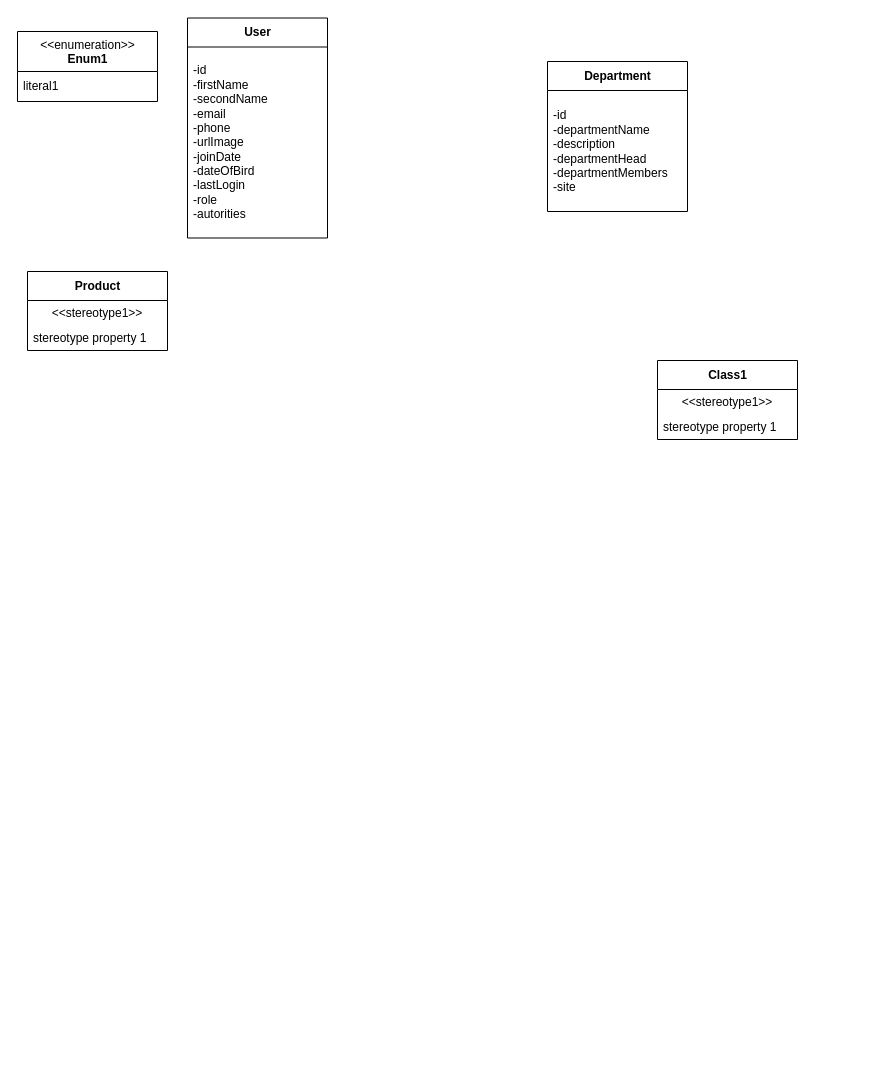
SOULREDOUANE/asset-management-app-spring-boot-security-internship keeps this draw.io diagram as src/main/resources/uml.drawio. Above is the earlier version. Source tidied: cells renumbered, new cells numbered last; positions are measured from the earlier drawing's top-left corner, leaving out a move shared by most shapes. Both pictures are drawn from the tidied source at 100%, with x=0, y=0 at pixel (17, 17).
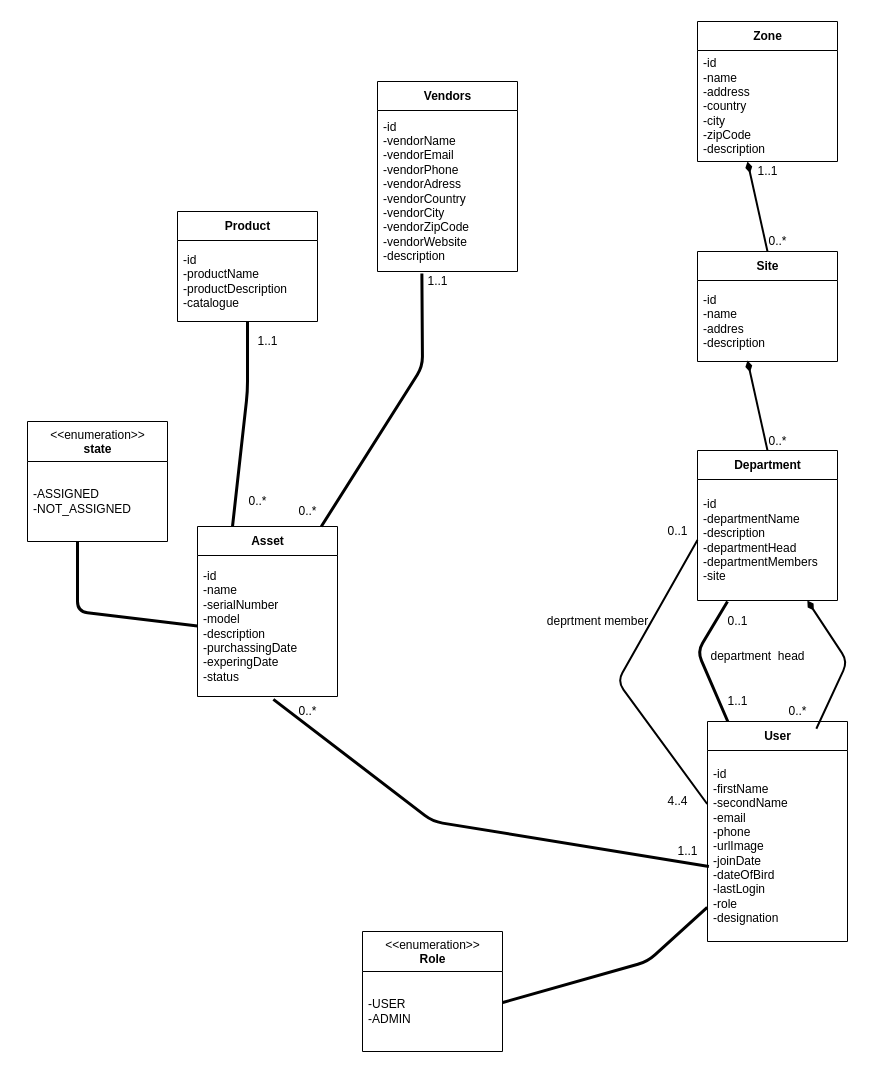
The same diagram, later.

The change refers to these unchanged cells:
```xml
<mxCell id="7" value="-id&lt;br&gt;-departmentName&lt;br&gt;-description&lt;br&gt;-departmentHead&lt;br&gt;-departmentMembers&lt;br&gt;-site" style="text;html=1;strokeColor=none;fillColor=none;align=left;verticalAlign=middle;spacingLeft=4;spacingRight=4;overflow=hidden;points=[[0,0.5],[1,0.5]];portConstraint=eastwest;" parent="6" vertex="1">
  <mxGeometry y="29" width="140" height="121" as="geometry" />
</mxCell>
```

Diff of the diagram source:
```diff
@@
-    <mxCell id="2" value="&amp;lt;&amp;lt;enumeration&amp;gt;&amp;gt;&lt;br&gt;&lt;b&gt;Enum1&lt;/b&gt;" style="swimlane;fontStyle=0;align=center;verticalAlign=top;horizontal=1;startSize=40;html=1;" parent="1" vertex="1">
-      <mxGeometry y="14" width="140" height="70" as="geometry" />
+    <mxCell id="2" value="&amp;lt;&amp;lt;enumeration&amp;gt;&amp;gt;&lt;br&gt;&lt;b&gt;state&lt;/b&gt;" style="swimlane;fontStyle=0;align=center;verticalAlign=top;horizontal=1;startSize=40;html=1;" parent="1" vertex="1">
+      <mxGeometry x="10" y="404" width="140" height="120" as="geometry" />
     </mxCell>
-    <mxCell id="3" value="literal1" style="text;html=1;strokeColor=none;fillColor=none;align=left;verticalAlign=middle;spacingLeft=4;spacingRight=4;overflow=hidden;" parent="2" vertex="1">
-      <mxGeometry y="40" width="140" height="30" as="geometry" />
+    <mxCell id="3" value="-ASSIGNED&lt;br&gt;-NOT_ASSIGNED" style="text;html=1;strokeColor=none;fillColor=none;align=left;verticalAlign=middle;spacingLeft=4;spacingRight=4;overflow=hidden;" parent="2" vertex="1">
+      <mxGeometry y="40" width="140" height="80" as="geometry" />
     </mxCell>
     <mxCell id="4" value="User" style="swimlane;fontStyle=1;align=center;verticalAlign=middle;horizontal=1;startSize=29;html=1;" parent="1" vertex="1">
-      <mxGeometry x="170" y="0.5" width="140" height="220" as="geometry" />
+      <mxGeometry x="690" y="704" width="140" height="220" as="geometry" />
     </mxCell>
-    <mxCell id="5" value="-id&lt;br&gt;-firstName&lt;br&gt;-secondName&lt;br&gt;-email&lt;br&gt;-phone&lt;br&gt;-urlImage&lt;br&gt;-joinDate&lt;br&gt;-dateOfBird&lt;br&gt;-lastLogin&lt;br&gt;-role&lt;br&gt;-autorities" style="text;html=1;strokeColor=none;fillColor=none;align=left;verticalAlign=middle;spacingLeft=4;spacingRight=4;overflow=hidden;points=[[0,0.5],[1,0.5]];portConstraint=eastwest;" parent="4" vertex="1">
+    <mxCell id="5" value="-id&lt;br&gt;-firstName&lt;br&gt;-secondName&lt;br&gt;-email&lt;br&gt;-phone&lt;br&gt;-urlImage&lt;br&gt;-joinDate&lt;br&gt;-dateOfBird&lt;br&gt;-lastLogin&lt;br&gt;-role&lt;br&gt;-designation" style="text;html=1;strokeColor=none;fillColor=none;align=left;verticalAlign=middle;spacingLeft=4;spacingRight=4;overflow=hidden;points=[[0,0.5],[1,0.5]];portConstraint=eastwest;" parent="4" vertex="1">
       <mxGeometry y="29" width="140" height="191" as="geometry" />
     </mxCell>
     <mxCell id="6" value="Department" style="swimlane;fontStyle=1;align=center;verticalAlign=middle;horizontal=1;startSize=29;html=1;" parent="1" vertex="1">
-      <mxGeometry x="530" y="44" width="140" height="150" as="geometry" />
+      <mxGeometry x="680" y="433" width="140" height="150" as="geometry" />
     </mxCell>
@@
     <mxCell id="8" value="Product" style="swimlane;fontStyle=1;align=center;verticalAlign=middle;horizontal=1;startSize=29;html=1;" parent="1" vertex="1">
-      <mxGeometry x="10" y="254" width="140" height="79" as="geometry" />
+      <mxGeometry x="160" y="194" width="140" height="110" as="geometry" />
     </mxCell>
-    <mxCell id="9" value="&amp;lt;&amp;lt;stereotype1&amp;gt;&amp;gt;" style="text;html=1;strokeColor=none;fillColor=none;align=center;verticalAlign=middle;spacingLeft=4;spacingRight=4;overflow=hidden;" parent="8" vertex="1">
-      <mxGeometry y="29" width="140" height="25" as="geometry" />
+    <mxCell id="9" value="&lt;div style=&quot;&quot;&gt;-id&lt;/div&gt;&lt;div style=&quot;&quot;&gt;-productName&lt;/div&gt;&lt;div style=&quot;&quot;&gt;-productDescription&lt;/div&gt;&lt;div style=&quot;&quot;&gt;-catalogue&lt;/div&gt;" style="text;html=1;strokeColor=none;fillColor=none;align=left;verticalAlign=middle;spacingLeft=4;spacingRight=4;overflow=hidden;" parent="8" vertex="1">
+      <mxGeometry y="29" width="140" height="81" as="geometry" />
     </mxCell>
-    <mxCell id="10" value="stereotype property 1" style="text;html=1;strokeColor=none;fillColor=none;align=left;verticalAlign=middle;spacingLeft=4;spacingRight=4;overflow=hidden;" parent="8" vertex="1">
-      <mxGeometry y="54" width="140" height="25" as="geometry" />
-    </mxCell>
-    <mxCell id="11" value="Class1" style="swimlane;fontStyle=1;align=center;verticalAlign=middle;horizontal=1;startSize=29;html=1;" parent="1" vertex="1">
-      <mxGeometry x="640" y="343" width="140" height="79" as="geometry" />
+    <mxCell id="11" value="Vendors" style="swimlane;fontStyle=1;align=center;verticalAlign=middle;horizontal=1;startSize=29;html=1;" parent="1" vertex="1">
+      <mxGeometry x="360" y="64" width="140" height="190" as="geometry" />
     </mxCell>
-    <mxCell id="12" value="&amp;lt;&amp;lt;stereotype1&amp;gt;&amp;gt;" style="text;html=1;strokeColor=none;fillColor=none;align=center;verticalAlign=middle;spacingLeft=4;spacingRight=4;overflow=hidden;points=[[0,0.5],[1,0.5]];portConstraint=eastwest;" parent="11" vertex="1">
-      <mxGeometry y="29" width="140" height="25" as="geometry" />
+    <mxCell id="12" value="-id&lt;br&gt;-vendorName&lt;br&gt;-vendorEmail&lt;br&gt;-vendorPhone&lt;br&gt;-vendorAdress&lt;br&gt;-vendorCountry&lt;br&gt;-vendorCity&lt;br&gt;-vendorZipCode&lt;br&gt;-vendorWebsite&lt;br&gt;-description" style="text;html=1;strokeColor=none;fillColor=none;align=left;verticalAlign=middle;spacingLeft=4;spacingRight=4;overflow=hidden;points=[[0,0.5],[1,0.5]];portConstraint=eastwest;" parent="11" vertex="1">
+      <mxGeometry y="29" width="140" height="161" as="geometry" />
     </mxCell>
-    <mxCell id="13" value="stereotype property 1" style="text;html=1;strokeColor=none;fillColor=none;align=left;verticalAlign=middle;spacingLeft=4;spacingRight=4;overflow=hidden;" parent="11" vertex="1">
-      <mxGeometry y="54" width="140" height="25" as="geometry" />
-    </mxCell>
+    <mxCell id="14" value="Site" style="swimlane;fontStyle=1;align=center;verticalAlign=middle;horizontal=1;startSize=29;html=1;" parent="1" vertex="1">
+      <mxGeometry x="680" y="234" width="140" height="110" as="geometry" />
+    </mxCell>
+    <mxCell id="15" value="-id&lt;br&gt;-name&lt;br&gt;-addres&lt;br&gt;-description" style="text;html=1;strokeColor=none;fillColor=none;align=left;verticalAlign=middle;spacingLeft=4;spacingRight=4;overflow=hidden;" parent="14" vertex="1">
+      <mxGeometry y="29" width="140" height="81" as="geometry" />
+    </mxCell>
+    <mxCell id="16" value="Zone" style="swimlane;fontStyle=1;align=center;verticalAlign=middle;horizontal=1;startSize=29;html=1;" parent="1" vertex="1">
+      <mxGeometry x="680" y="4" width="140" height="140" as="geometry" />
+    </mxCell>
+    <mxCell id="17" value="-id&lt;br&gt;-name&lt;br&gt;-address&lt;br&gt;-country&lt;br&gt;-city&lt;br&gt;-zipCode&lt;br&gt;-description" style="text;html=1;strokeColor=none;fillColor=none;align=left;verticalAlign=middle;spacingLeft=4;spacingRight=4;overflow=hidden;" parent="16" vertex="1">
+      <mxGeometry y="29" width="140" height="111" as="geometry" />
+    </mxCell>
+    <mxCell id="18" value="Asset" style="swimlane;fontStyle=1;align=center;verticalAlign=middle;horizontal=1;startSize=29;html=1;" parent="1" vertex="1">
+      <mxGeometry x="180" y="509" width="140" height="170" as="geometry" />
+    </mxCell>
+    <mxCell id="19" value="-id&lt;br&gt;-name&lt;br&gt;-serialNumber&lt;br&gt;-model&lt;br&gt;-description&lt;br&gt;-purchassingDate&lt;br&gt;-experingDate&lt;br&gt;-status" style="text;html=1;strokeColor=none;fillColor=none;align=left;verticalAlign=middle;spacingLeft=4;spacingRight=4;overflow=hidden;points=[[0,0.5],[1,0.5]];portConstraint=eastwest;" parent="18" vertex="1">
+      <mxGeometry y="29" width="140" height="141" as="geometry" />
+    </mxCell>
+    <mxCell id="20" style="endArrow=none;startArrow=diamondThin;endFill=0;startFill=1;html=1;verticalAlign=bottom;labelBackgroundColor=none;strokeWidth=2;entryX=0.5;entryY=0;entryDx=0;entryDy=0;" parent="1" edge="1" target="14">
+      <mxGeometry relative="1" as="geometry">
+        <mxPoint x="730" y="144" as="sourcePoint" />
+      </mxGeometry>
+    </mxCell>
+    <mxCell id="21" style="endArrow=none;startArrow=none;endFill=0;startFill=0;endSize=8;html=1;verticalAlign=bottom;labelBackgroundColor=none;strokeWidth=3;entryX=0;entryY=0.5;entryDx=0;entryDy=0;" parent="1" edge="1" target="19">
+      <mxGeometry relative="1" as="geometry">
+        <mxPoint x="60" y="524" as="sourcePoint" />
+        <Array as="points">
+          <mxPoint x="60" y="594" />
+        </Array>
+      </mxGeometry>
+    </mxCell>
+    <mxCell id="22" style="endArrow=none;startArrow=diamondThin;endFill=0;startFill=1;html=1;verticalAlign=bottom;labelBackgroundColor=none;strokeWidth=2;entryX=0.5;entryY=0;entryDx=0;entryDy=0;" parent="1" edge="1">
+      <mxGeometry relative="1" as="geometry">
+        <mxPoint x="730" y="343" as="sourcePoint" />
+        <mxPoint x="750" y="433" as="targetPoint" />
+      </mxGeometry>
+    </mxCell>
+    <mxCell id="23" style="endArrow=none;startArrow=diamondThin;endFill=0;startFill=1;html=1;verticalAlign=bottom;labelBackgroundColor=none;strokeWidth=2;entryX=0.971;entryY=1.075;entryDx=0;entryDy=0;entryPerimeter=0;" parent="1" edge="1" source="7" target="33">
+      <mxGeometry relative="1" as="geometry">
+        <Array as="points">
+          <mxPoint x="830" y="644" />
+        </Array>
+      </mxGeometry>
+    </mxCell>
+    <mxCell id="24" style="endArrow=none;startArrow=none;endFill=0;startFill=0;endSize=8;html=1;verticalAlign=bottom;labelBackgroundColor=none;strokeWidth=3;entryX=0.25;entryY=0;entryDx=0;entryDy=0;" parent="1" edge="1" target="18">
+      <mxGeometry relative="1" as="geometry">
+        <mxPoint x="230" y="304" as="sourcePoint" />
+        <Array as="points">
+          <mxPoint x="230" y="374" />
+        </Array>
+      </mxGeometry>
+    </mxCell>
+    <mxCell id="25" style="endArrow=none;startArrow=none;endFill=0;startFill=0;endSize=8;html=1;verticalAlign=bottom;labelBackgroundColor=none;strokeWidth=3;exitX=0.317;exitY=1.013;exitDx=0;exitDy=0;exitPerimeter=0;" parent="1" edge="1" source="12" target="18">
+      <mxGeometry relative="1" as="geometry">
+        <Array as="points">
+          <mxPoint x="405" y="349" />
+        </Array>
+      </mxGeometry>
+    </mxCell>
+    <mxCell id="26" style="endArrow=none;startArrow=none;endFill=0;startFill=0;endSize=8;html=1;verticalAlign=bottom;labelBackgroundColor=none;strokeWidth=3;entryX=0.542;entryY=1.02;entryDx=0;entryDy=0;entryPerimeter=0;exitX=0.01;exitY=0.607;exitDx=0;exitDy=0;exitPerimeter=0;" parent="1" edge="1" source="5" target="19">
+      <mxGeometry relative="1" as="geometry">
+        <Array as="points">
+          <mxPoint x="415.2" y="804" />
+        </Array>
+      </mxGeometry>
+    </mxCell>
+    <mxCell id="27" value="&amp;lt;&amp;lt;enumeration&amp;gt;&amp;gt;&lt;br&gt;&lt;b&gt;Role&lt;/b&gt;" style="swimlane;fontStyle=0;align=center;verticalAlign=top;horizontal=1;startSize=40;html=1;" parent="1" vertex="1">
+      <mxGeometry x="345" y="914" width="140" height="120" as="geometry" />
+    </mxCell>
+    <mxCell id="28" value="-USER&lt;br&gt;-ADMIN" style="text;html=1;strokeColor=none;fillColor=none;align=left;verticalAlign=middle;spacingLeft=4;spacingRight=4;overflow=hidden;points=[[0,0.5],[1,0.5]];portConstraint=eastwest;" parent="27" vertex="1">
+      <mxGeometry y="40" width="140" height="80" as="geometry" />
+    </mxCell>
+    <mxCell id="29" style="endArrow=none;startArrow=none;endFill=0;startFill=0;endSize=8;html=1;verticalAlign=bottom;labelBackgroundColor=none;strokeWidth=3;entryX=1.002;entryY=0.388;entryDx=0;entryDy=0;entryPerimeter=0;exitX=-0.002;exitY=0.821;exitDx=0;exitDy=0;exitPerimeter=0;" parent="1" edge="1" source="5" target="28">
+      <mxGeometry relative="1" as="geometry">
+        <Array as="points">
+          <mxPoint x="630" y="944" />
+        </Array>
+      </mxGeometry>
+    </mxCell>
+    <mxCell id="30" value="0..*" style="text;html=1;align=center;verticalAlign=middle;strokeColor=none;fillColor=none;" parent="1" vertex="1">
+      <mxGeometry x="740" y="209" width="40" height="30" as="geometry" />
+    </mxCell>
+    <mxCell id="31" value="1..1" style="text;html=1;align=center;verticalAlign=middle;strokeColor=none;fillColor=none;" parent="1" vertex="1">
+      <mxGeometry x="730" y="139" width="40" height="30" as="geometry" />
+    </mxCell>
+    <mxCell id="32" value="0..*" style="text;html=1;align=center;verticalAlign=middle;strokeColor=none;fillColor=none;" parent="1" vertex="1">
+      <mxGeometry x="740" y="409" width="40" height="30" as="geometry" />
+    </mxCell>
+    <mxCell id="33" value="0..*" style="text;html=1;align=center;verticalAlign=middle;points=[];strokeColor=none;fillColor=none;" parent="1" vertex="1">
+      <mxGeometry x="760" y="679" width="40" height="30" as="geometry" />
+    </mxCell>
+    <mxCell id="34" value="0..*" style="text;html=1;align=center;verticalAlign=middle;strokeColor=none;fillColor=none;" parent="1" vertex="1">
+      <mxGeometry x="270" y="679" width="40" height="30" as="geometry" />
+    </mxCell>
+    <mxCell id="35" value="1..1" style="text;html=1;align=center;verticalAlign=middle;strokeColor=none;fillColor=none;" parent="1" vertex="1">
+      <mxGeometry x="650" y="819" width="40" height="30" as="geometry" />
+    </mxCell>
+    <mxCell id="36" value="1..1" style="text;html=1;align=center;verticalAlign=middle;strokeColor=none;fillColor=none;" parent="1" vertex="1">
+      <mxGeometry x="230" y="309" width="40" height="30" as="geometry" />
+    </mxCell>
+    <mxCell id="37" value="0..*" style="text;html=1;align=center;verticalAlign=middle;strokeColor=none;fillColor=none;" parent="1" vertex="1">
+      <mxGeometry x="220" y="469" width="40" height="30" as="geometry" />
+    </mxCell>
+    <mxCell id="38" value="1..1" style="text;html=1;align=center;verticalAlign=middle;strokeColor=none;fillColor=none;" parent="1" vertex="1">
+      <mxGeometry x="400" y="249" width="40" height="30" as="geometry" />
+    </mxCell>
+    <mxCell id="39" value="0..*" style="text;html=1;align=center;verticalAlign=middle;strokeColor=none;fillColor=none;" parent="1" vertex="1">
+      <mxGeometry x="270" y="479" width="40" height="30" as="geometry" />
+    </mxCell>
+    <mxCell id="40" style="endArrow=none;startArrow=none;endFill=0;startFill=0;endSize=8;html=1;verticalAlign=bottom;labelBackgroundColor=none;strokeWidth=3;exitX=0.145;exitY=0;exitDx=0;exitDy=0;exitPerimeter=0;" parent="1" edge="1" source="4">
+      <mxGeometry relative="1" as="geometry">
+        <mxPoint x="710" y="584" as="targetPoint" />
+        <Array as="points">
+          <mxPoint x="680" y="634" />
+        </Array>
+      </mxGeometry>
+    </mxCell>
+    <mxCell id="41" value="department&amp;nbsp; head" style="text;html=1;align=center;verticalAlign=middle;strokeColor=none;fillColor=none;" parent="1" vertex="1">
+      <mxGeometry x="680" y="624" width="120" height="30" as="geometry" />
+    </mxCell>
+    <mxCell id="42" style="edgeStyle=none;html=1;exitX=0;exitY=0.5;exitDx=0;exitDy=0;endArrow=none;endFill=0;strokeWidth=2;entryX=-0.002;entryY=0.28;entryDx=0;entryDy=0;entryPerimeter=0;" parent="1" edge="1" source="7" target="5">
+      <mxGeometry relative="1" as="geometry">
+        <Array as="points">
+          <mxPoint x="600" y="664" />
+        </Array>
+      </mxGeometry>
+    </mxCell>
+    <mxCell id="43" value="deprtment member" style="text;html=1;align=center;verticalAlign=middle;strokeColor=none;fillColor=none;" parent="1" vertex="1">
+      <mxGeometry x="520" y="589" width="120" height="30" as="geometry" />
+    </mxCell>
+    <mxCell id="44" value="0..1" style="text;html=1;align=center;verticalAlign=middle;strokeColor=none;fillColor=none;" parent="1" vertex="1">
+      <mxGeometry x="640" y="499" width="40" height="30" as="geometry" />
+    </mxCell>
+    <mxCell id="45" value="4..4" style="text;html=1;align=center;verticalAlign=middle;strokeColor=none;fillColor=none;" parent="1" vertex="1">
+      <mxGeometry x="640" y="769" width="40" height="30" as="geometry" />
+    </mxCell>
+    <mxCell id="46" value="1..1" style="text;html=1;align=center;verticalAlign=middle;strokeColor=none;fillColor=none;" parent="1" vertex="1">
+      <mxGeometry x="700" y="669" width="40" height="30" as="geometry" />
+    </mxCell>
+    <mxCell id="47" value="0..1" style="text;html=1;align=center;verticalAlign=middle;strokeColor=none;fillColor=none;" parent="1" vertex="1">
+      <mxGeometry x="700" y="589" width="40" height="30" as="geometry" />
+    </mxCell>
```
